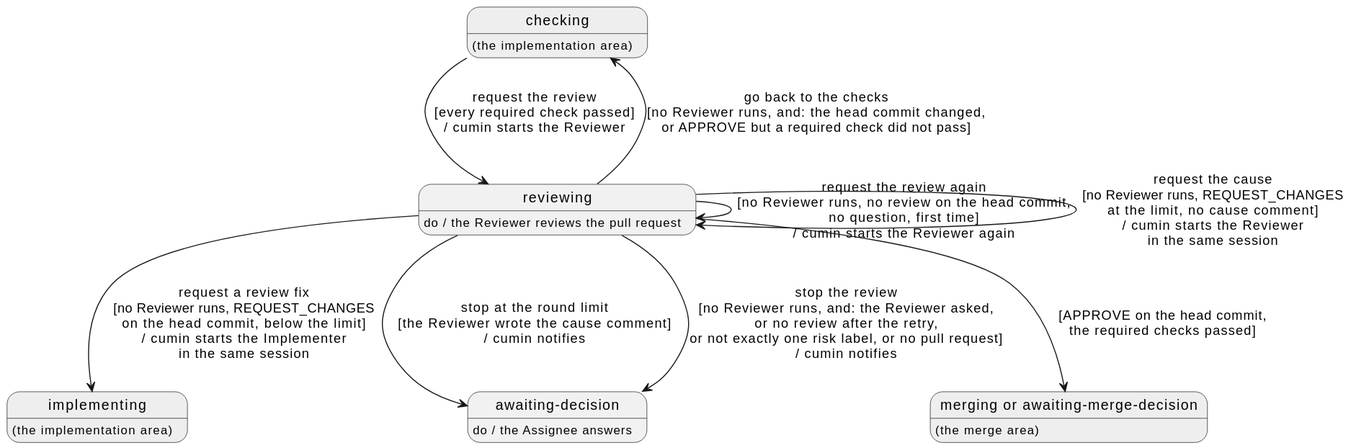
cloveclovedev/cumin-works keeps this PlantUML diagram as docs/ja/requirements/review/overview.svg. Above is the earlier version. Its diagram source:
```plantuml
@startuml

hide empty description

state "checking" as Checking #EEEEEE
Checking : (the implementation area)

state "reviewing" as Reviewing
Reviewing : do / the Reviewer reviews the pull request

state "implementing" as Implementing #EEEEEE
Implementing : (the implementation area)

state "awaiting-decision" as Decision
Decision : do / the Assignee answers

state "merging or awaiting-merge-decision" as Merge #EEEEEE
Merge : (the merge area)

Checking --> Reviewing : request the review\n[every required check passed]\n/ cumin starts the Reviewer
Reviewing --> Implementing : request a review fix\n[no Reviewer runs, REQUEST_CHANGES\non the head commit, below the limit]\n/ cumin starts the Implementer\nin the same session
Reviewing --> Checking : go back to the checks\n[no Reviewer runs, and: the head commit changed,\nor APPROVE but a required check did not pass]
Reviewing --> Reviewing : request the review again\n[no Reviewer runs, no review on the head commit,\nno question, first time]\n/ cumin starts the Reviewer again
Reviewing --> Reviewing : request the cause\n[no Reviewer runs, REQUEST_CHANGES\nat the limit, no cause comment]\n/ cumin starts the Reviewer\nin the same session
Reviewing --> Decision : stop at the round limit\n[the Reviewer wrote the cause comment]\n/ cumin notifies
Reviewing --> Decision : stop the review\n[no Reviewer runs, and: the Reviewer asked,\nor no review after the retry,\nor not exactly one risk label, or no pull request]\n/ cumin notifies
Reviewing --> Merge : [APPROVE on the head commit,\nthe required checks passed]
@enduml
```
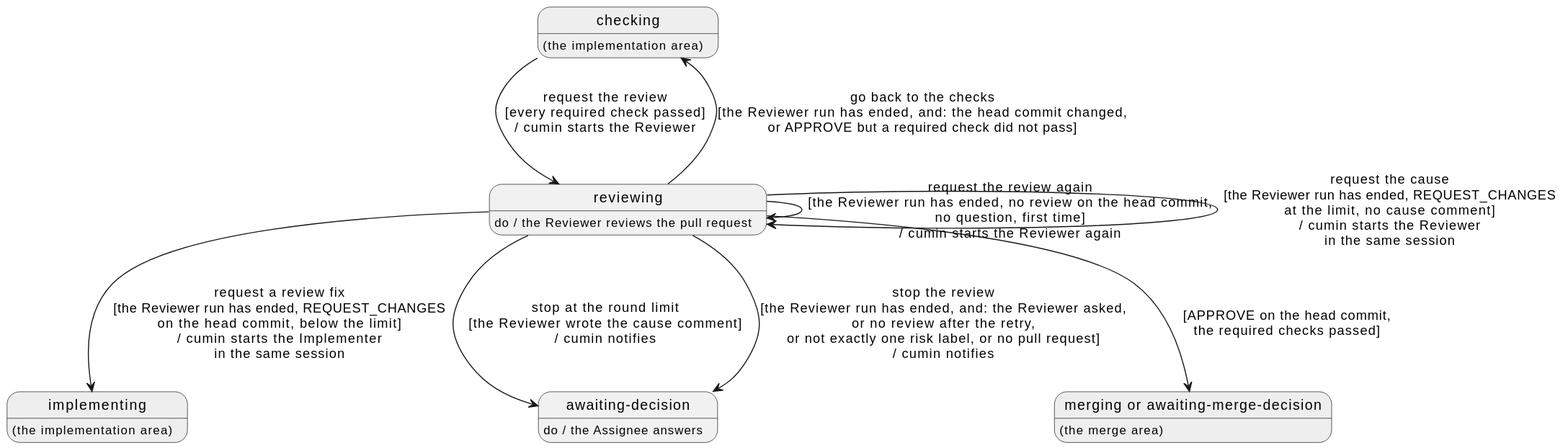
The same diagram one commit later.

What changed in the source:
```diff
@@ -18,11 +18,11 @@
 Merge : (the merge area)
 
 Checking --> Reviewing : request the review\n[every required check passed]\n/ cumin starts the Reviewer
-Reviewing --> Implementing : request a review fix\n[no Reviewer runs, REQUEST_CHANGES\non the head commit, below the limit]\n/ cumin starts the Implementer\nin the same session
-Reviewing --> Checking : go back to the checks\n[no Reviewer runs, and: the head commit changed,\nor APPROVE but a required check did not pass]
-Reviewing --> Reviewing : request the review again\n[no Reviewer runs, no review on the head commit,\nno question, first time]\n/ cumin starts the Reviewer again
-Reviewing --> Reviewing : request the cause\n[no Reviewer runs, REQUEST_CHANGES\nat the limit, no cause comment]\n/ cumin starts the Reviewer\nin the same session
+Reviewing --> Implementing : request a review fix\n[the Reviewer run has ended, REQUEST_CHANGES\non the head commit, below the limit]\n/ cumin starts the Implementer\nin the same session
+Reviewing --> Checking : go back to the checks\n[the Reviewer run has ended, and: the head commit changed,\nor APPROVE but a required check did not pass]
+Reviewing --> Reviewing : request the review again\n[the Reviewer run has ended, no review on the head commit,\nno question, first time]\n/ cumin starts the Reviewer again
+Reviewing --> Reviewing : request the cause\n[the Reviewer run has ended, REQUEST_CHANGES\nat the limit, no cause comment]\n/ cumin starts the Reviewer\nin the same session
 Reviewing --> Decision : stop at the round limit\n[the Reviewer wrote the cause comment]\n/ cumin notifies
-Reviewing --> Decision : stop the review\n[no Reviewer runs, and: the Reviewer asked,\nor no review after the retry,\nor not exactly one risk label, or no pull request]\n/ cumin notifies
+Reviewing --> Decision : stop the review\n[the Reviewer run has ended, and: the Reviewer asked,\nor no review after the retry,\nor not exactly one risk label, or no pull request]\n/ cumin notifies
 Reviewing --> Merge : [APPROVE on the head commit,\nthe required checks passed]
 @enduml
```
